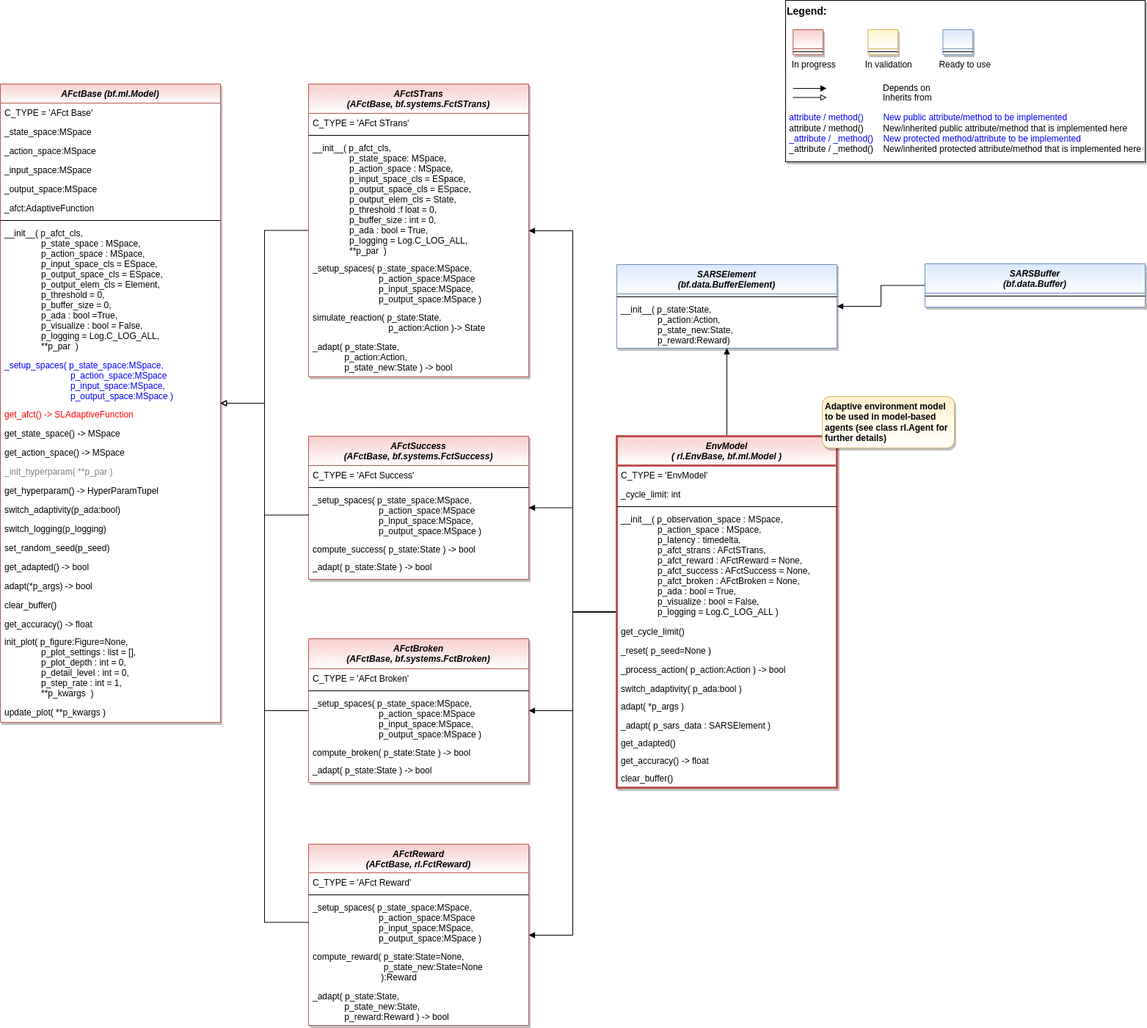
fhswf/MLPro keeps this draw.io diagram as doc/rtd/content/append2/core/images/rl/01_environments/MLPro-RL-Env-Ada_class_diagram.drawio.png. Above is the earlier version. Source tidied: cells renumbered, new cells last; positions are measured from the earlier drawing's top-left corner, leaving out a move shared by most shapes.
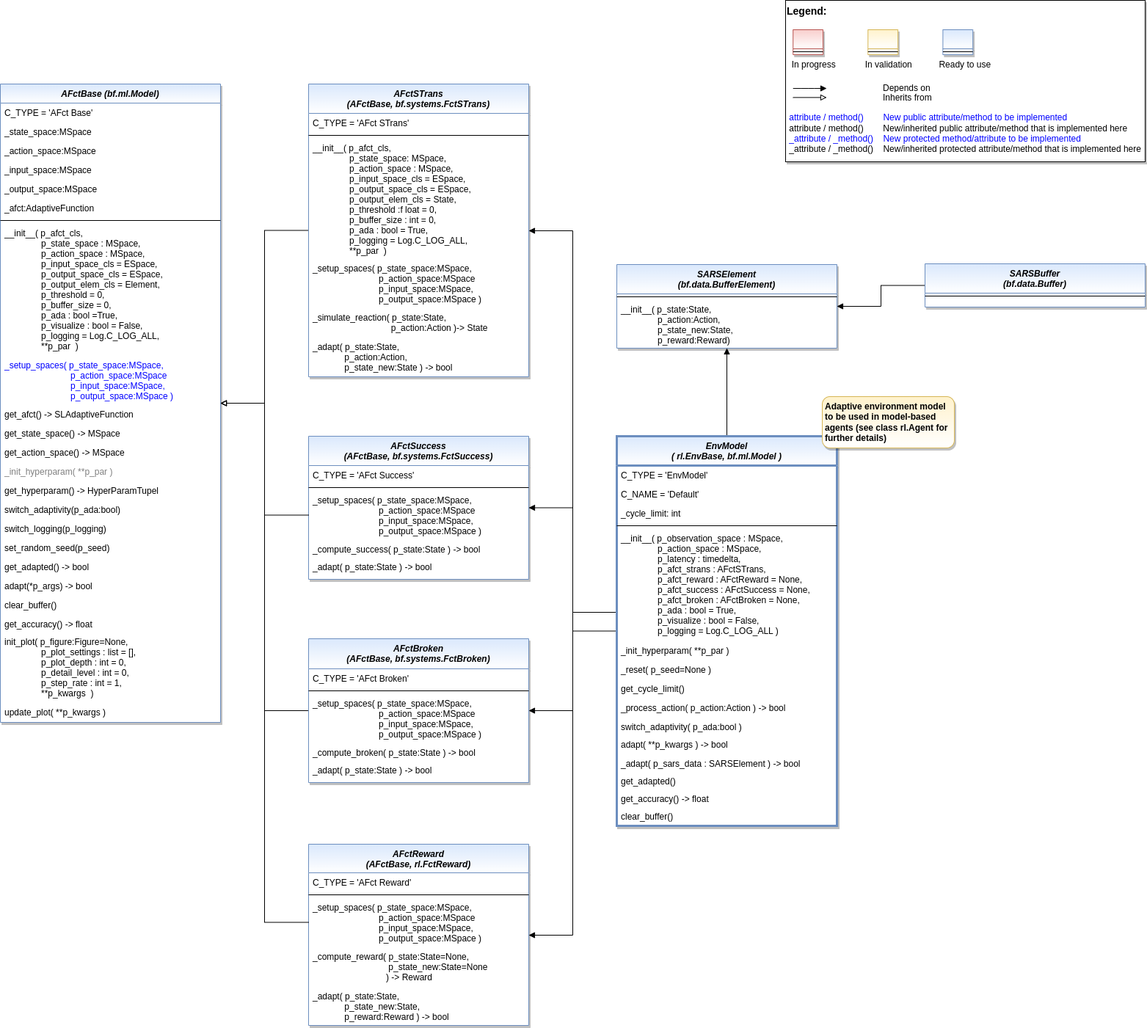
The same diagram one commit later.

Change to the diagram source:
```diff
@@ -2,7 +2,7 @@
   <root>
     <mxCell id="0" />
     <mxCell id="1" parent="0" />
-    <mxCell id="2" value="AFctReward &#10;(AFctBase, rl.FctReward)" style="swimlane;fontStyle=3;align=center;verticalAlign=top;horizontal=1;startSize=39;rounded=0;shadow=1;strokeWidth=1;fillColor=#f8cecc;strokeColor=#b85450;swimlaneFillColor=#ffffff;gradientColor=#FFFFFF;" parent="1" vertex="1">
+    <mxCell id="2" value="AFctReward &#10;(AFctBase, rl.FctReward)" style="swimlane;fontStyle=3;align=center;verticalAlign=top;horizontal=1;startSize=39;rounded=0;shadow=1;strokeWidth=1;fillColor=#dae8fc;strokeColor=#6c8ebf;swimlaneFillColor=#ffffff;gradientColor=#FFFFFF;" parent="1" vertex="1">
       <mxGeometry x="420" y="1150" width="300" height="247" as="geometry" />
     </mxCell>
     <mxCell id="3" value="C_TYPE = 'AFct Reward'" style="text;align=left;verticalAlign=top;spacingLeft=4;spacingRight=4;overflow=hidden;" parent="2" vertex="1">
@@ -14,13 +14,13 @@
     <mxCell id="5" value="_setup_spaces( p_state_space:MSpace,&#10;                           p_action_space:MSpace&#10;                           p_input_space:MSpace,&#10;                           p_output_space:MSpace )" style="text;align=left;verticalAlign=top;spacingLeft=4;spacingRight=4;overflow=hidden;points=[[0,0.5],[1,0.5]];portConstraint=eastwest;" parent="2" vertex="1">
       <mxGeometry y="73" width="300" height="67" as="geometry" />
     </mxCell>
-    <mxCell id="6" value="compute_reward( p_state:State=None,&#10;                             p_state_new:State=None&#10;                            ):Reward" style="text;align=left;verticalAlign=top;spacingLeft=4;spacingRight=4;overflow=hidden;" parent="2" vertex="1">
+    <mxCell id="6" value="_compute_reward( p_state:State=None,&#10;                               p_state_new:State=None&#10;                              ) -&gt; Reward" style="text;align=left;verticalAlign=top;spacingLeft=4;spacingRight=4;overflow=hidden;" parent="2" vertex="1">
       <mxGeometry y="140" width="300" height="54" as="geometry" />
     </mxCell>
     <mxCell id="7" value="_adapt( p_state:State, &#10;             p_state_new:State,&#10;             p_reward:Reward ) -&gt; bool" style="text;align=left;verticalAlign=top;spacingLeft=4;spacingRight=4;overflow=hidden;" parent="2" vertex="1">
       <mxGeometry y="194" width="300" height="53" as="geometry" />
     </mxCell>
-    <mxCell id="8" value="AFctSuccess &#10;(AFctBase, bf.systems.FctSuccess)" style="swimlane;fontStyle=3;align=center;verticalAlign=top;horizontal=1;startSize=40;rounded=0;shadow=1;strokeWidth=1;fillColor=#f8cecc;strokeColor=#b85450;swimlaneFillColor=#ffffff;gradientColor=#FFFFFF;" parent="1" vertex="1">
+    <mxCell id="8" value="AFctSuccess &#10;(AFctBase, bf.systems.FctSuccess)" style="swimlane;fontStyle=3;align=center;verticalAlign=top;horizontal=1;startSize=40;rounded=0;shadow=1;strokeWidth=1;fillColor=#dae8fc;strokeColor=#6c8ebf;swimlaneFillColor=#ffffff;gradientColor=#FFFFFF;" parent="1" vertex="1">
       <mxGeometry x="420" y="594" width="300" height="195" as="geometry" />
     </mxCell>
     <mxCell id="9" value="C_TYPE = 'AFct Success'" style="text;align=left;verticalAlign=top;spacingLeft=4;spacingRight=4;overflow=hidden;" parent="8" vertex="1">
@@ -32,7 +32,7 @@
     <mxCell id="11" value="_setup_spaces( p_state_space:MSpace,&#10;                           p_action_space:MSpace&#10;                           p_input_space:MSpace,&#10;                           p_output_space:MSpace )" style="text;align=left;verticalAlign=top;spacingLeft=4;spacingRight=4;overflow=hidden;points=[[0,0.5],[1,0.5]];portConstraint=eastwest;" parent="8" vertex="1">
       <mxGeometry y="74" width="300" height="67" as="geometry" />
     </mxCell>
-    <mxCell id="12" value="compute_success( p_state:State ) -&gt; bool" style="text;align=left;verticalAlign=top;spacingLeft=4;spacingRight=4;overflow=hidden;" parent="8" vertex="1">
+    <mxCell id="12" value="_compute_success( p_state:State ) -&gt; bool" style="text;align=left;verticalAlign=top;spacingLeft=4;spacingRight=4;overflow=hidden;" parent="8" vertex="1">
       <mxGeometry y="141" width="300" height="24" as="geometry" />
     </mxCell>
     <mxCell id="13" value="_adapt( p_state:State ) -&gt; bool" style="text;align=left;verticalAlign=top;spacingLeft=4;spacingRight=4;overflow=hidden;" parent="8" vertex="1">
@@ -41,7 +41,7 @@
     <mxCell id="14" style="edgeStyle=orthogonalEdgeStyle;rounded=0;jettySize=auto;html=1;endArrow=block;endFill=0;" parent="1" edge="1" source="15" target="29">
       <mxGeometry relative="1" as="geometry" />
     </mxCell>
-    <mxCell id="15" value="AFctBroken &#10;(AFctBase, bf.systems.FctBroken)" style="swimlane;fontStyle=3;align=center;verticalAlign=top;horizontal=1;startSize=41;rounded=0;shadow=1;strokeWidth=1;fillColor=#f8cecc;strokeColor=#b85450;swimlaneFillColor=#ffffff;gradientColor=#FFFFFF;" parent="1" vertex="1">
+    <mxCell id="15" value="AFctBroken &#10;(AFctBase, bf.systems.FctBroken)" style="swimlane;fontStyle=3;align=center;verticalAlign=top;horizontal=1;startSize=41;rounded=0;shadow=1;strokeWidth=1;fillColor=#dae8fc;strokeColor=#6c8ebf;swimlaneFillColor=#ffffff;gradientColor=#FFFFFF;" parent="1" vertex="1">
       <mxGeometry x="420" y="870" width="300" height="196" as="geometry" />
     </mxCell>
     <mxCell id="16" value="C_TYPE = 'AFct Broken'" style="text;align=left;verticalAlign=top;spacingLeft=4;spacingRight=4;overflow=hidden;" parent="15" vertex="1">
@@ -53,7 +53,7 @@
     <mxCell id="18" value="_setup_spaces( p_state_space:MSpace,&#10;                           p_action_space:MSpace&#10;                           p_input_space:MSpace,&#10;                           p_output_space:MSpace )" style="text;align=left;verticalAlign=top;spacingLeft=4;spacingRight=4;overflow=hidden;" parent="15" vertex="1">
       <mxGeometry y="75" width="300" height="67" as="geometry" />
     </mxCell>
-    <mxCell id="19" value="compute_broken( p_state:State ) -&gt; bool" style="text;align=left;verticalAlign=top;spacingLeft=4;spacingRight=4;overflow=hidden;" parent="15" vertex="1">
+    <mxCell id="19" value="_compute_broken( p_state:State ) -&gt; bool" style="text;align=left;verticalAlign=top;spacingLeft=4;spacingRight=4;overflow=hidden;" parent="15" vertex="1">
       <mxGeometry y="142" width="300" height="24" as="geometry" />
     </mxCell>
     <mxCell id="20" value="_adapt( p_state:State ) -&gt; bool" style="text;align=left;verticalAlign=top;spacingLeft=4;spacingRight=4;overflow=hidden;" parent="15" vertex="1">
@@ -62,7 +62,7 @@
     <mxCell id="21" style="edgeStyle=orthogonalEdgeStyle;rounded=0;jettySize=auto;html=1;endArrow=block;endFill=0;" parent="1" edge="1" source="22" target="29">
       <mxGeometry relative="1" as="geometry" />
     </mxCell>
-    <mxCell id="22" value="AFctSTrans &#10;(AFctBase, bf.systems.FctSTrans)" style="swimlane;fontStyle=3;align=center;verticalAlign=top;horizontal=1;startSize=40;rounded=0;shadow=1;strokeWidth=1;fillColor=#f8cecc;strokeColor=#b85450;swimlaneFillColor=#ffffff;gradientColor=#FFFFFF;" parent="1" vertex="1">
+    <mxCell id="22" value="AFctSTrans &#10;(AFctBase, bf.systems.FctSTrans)" style="swimlane;fontStyle=3;align=center;verticalAlign=top;horizontal=1;startSize=40;rounded=0;shadow=1;strokeWidth=1;fillColor=#dae8fc;strokeColor=#6c8ebf;swimlaneFillColor=#ffffff;gradientColor=#FFFFFF;" parent="1" vertex="1">
       <mxGeometry x="420" y="114" width="300" height="399" as="geometry" />
     </mxCell>
     <mxCell id="23" value="C_TYPE = 'AFct STrans'" style="text;align=left;verticalAlign=top;spacingLeft=4;spacingRight=4;overflow=hidden;" parent="22" vertex="1">
@@ -77,13 +77,13 @@
     <mxCell id="26" value="_setup_spaces( p_state_space:MSpace,&#10;                           p_action_space:MSpace&#10;                           p_input_space:MSpace,&#10;                           p_output_space:MSpace )" style="text;align=left;verticalAlign=top;spacingLeft=4;spacingRight=4;overflow=hidden;" parent="22" vertex="1">
       <mxGeometry y="238" width="300" height="67" as="geometry" />
     </mxCell>
-    <mxCell id="27" value="simulate_reaction( p_state:State, &#10;                               p_action:Action )-&gt; State" style="text;align=left;verticalAlign=top;spacingLeft=4;spacingRight=4;overflow=hidden;" parent="22" vertex="1">
+    <mxCell id="27" value="_simulate_reaction( p_state:State, &#10;                                p_action:Action )-&gt; State" style="text;align=left;verticalAlign=top;spacingLeft=4;spacingRight=4;overflow=hidden;" parent="22" vertex="1">
       <mxGeometry y="305" width="300" height="40" as="geometry" />
     </mxCell>
     <mxCell id="28" value="_adapt( p_state:State, &#10;             p_action:Action,&#10;             p_state_new:State ) -&gt; bool" style="text;align=left;verticalAlign=top;spacingLeft=4;spacingRight=4;overflow=hidden;" parent="22" vertex="1">
       <mxGeometry y="345" width="300" height="54" as="geometry" />
     </mxCell>
-    <mxCell id="29" value="AFctBase (bf.ml.Model)" style="swimlane;fontStyle=3;align=center;verticalAlign=top;horizontal=1;startSize=26;rounded=0;shadow=1;strokeWidth=1;fillColor=#f8cecc;strokeColor=#b85450;swimlaneFillColor=#ffffff;gradientColor=#FFFFFF;" parent="1" vertex="1">
+    <mxCell id="29" value="AFctBase (bf.ml.Model)" style="swimlane;fontStyle=3;align=center;verticalAlign=top;horizontal=1;startSize=26;rounded=0;shadow=1;strokeWidth=1;fillColor=#dae8fc;strokeColor=#6c8ebf;swimlaneFillColor=#ffffff;gradientColor=#FFFFFF;" parent="1" vertex="1">
       <mxGeometry y="114" width="300" height="870" as="geometry" />
     </mxCell>
     <mxCell id="30" value="C_TYPE = 'AFct Base'" style="text;align=left;verticalAlign=top;spacingLeft=4;spacingRight=4;overflow=hidden;" parent="29" vertex="1">
@@ -113,7 +113,7 @@
     <mxCell id="38" value="_setup_spaces( p_state_space:MSpace,&#10;                           p_action_space:MSpace&#10;                           p_input_space:MSpace,&#10;                           p_output_space:MSpace )" style="text;align=left;verticalAlign=top;spacingLeft=4;spacingRight=4;overflow=hidden;fontColor=#0000FF;" parent="29" vertex="1">
       <mxGeometry y="370" width="300" height="67" as="geometry" />
     </mxCell>
-    <mxCell id="39" value="get_afct() -&gt; SLAdaptiveFunction" style="text;align=left;verticalAlign=top;spacingLeft=4;spacingRight=4;overflow=hidden;fontColor=#FF0000;" parent="29" vertex="1">
+    <mxCell id="39" value="get_afct() -&gt; SLAdaptiveFunction" style="text;align=left;verticalAlign=top;spacingLeft=4;spacingRight=4;overflow=hidden;fontColor=default;" parent="29" vertex="1">
       <mxGeometry y="437" width="300" height="26" as="geometry" />
     </mxCell>
     <mxCell id="40" value="get_state_space() -&gt; MSpace" style="text;align=left;verticalAlign=top;spacingLeft=4;spacingRight=4;overflow=hidden;" parent="29" vertex="1">
@@ -249,47 +249,53 @@
         </Array>
       </mxGeometry>
     </mxCell>
-    <mxCell id="74" value="EnvModel &#10;( rl.EnvBase, bf.ml.Model )" style="swimlane;fontStyle=3;align=center;verticalAlign=top;horizontal=1;startSize=40;rounded=0;shadow=1;strokeWidth=3;fillColor=#f8cecc;strokeColor=#b85450;swimlaneFillColor=#ffffff;gradientColor=#FFFFFF;" parent="1" vertex="1">
-      <mxGeometry x="840" y="594" width="300" height="479" as="geometry" />
+    <mxCell id="74" value="EnvModel &#10;( rl.EnvBase, bf.ml.Model )" style="swimlane;fontStyle=3;align=center;verticalAlign=top;horizontal=1;startSize=40;rounded=0;shadow=1;strokeWidth=3;fillColor=#dae8fc;strokeColor=#6c8ebf;swimlaneFillColor=#ffffff;gradientColor=#FFFFFF;" parent="1" vertex="1">
+      <mxGeometry x="840" y="594" width="300" height="531" as="geometry" />
     </mxCell>
     <mxCell id="75" value="C_TYPE = 'EnvModel'" style="text;align=left;verticalAlign=top;spacingLeft=4;spacingRight=4;overflow=hidden;" parent="74" vertex="1">
       <mxGeometry y="40" width="300" height="26" as="geometry" />
     </mxCell>
+    <mxCell id="91" value="C_NAME = 'Default'" style="text;align=left;verticalAlign=top;spacingLeft=4;spacingRight=4;overflow=hidden;" parent="74" vertex="1">
+      <mxGeometry y="66" width="300" height="26" as="geometry" />
+    </mxCell>
     <mxCell id="76" value="_cycle_limit: int" style="text;align=left;verticalAlign=top;spacingLeft=4;spacingRight=4;overflow=hidden;" parent="74" vertex="1">
-      <mxGeometry y="66" width="300" height="26" as="geometry" />
+      <mxGeometry y="92" width="300" height="26" as="geometry" />
     </mxCell>
     <mxCell id="77" style="line;html=1;strokeWidth=1;align=left;verticalAlign=middle;spacingTop=-1;spacingLeft=3;spacingRight=3;labelPosition=right;" parent="74" vertex="1">
-      <mxGeometry y="92" width="300" height="8" as="geometry" />
+      <mxGeometry y="118" width="300" height="8" as="geometry" />
     </mxCell>
     <mxCell id="78" value="__init__( p_observation_space : MSpace,&#10;               p_action_space : MSpace,&#10;               p_latency : timedelta,&#10;               p_afct_strans : AFctSTrans,&#10;               p_afct_reward : AFctReward = None,&#10;               p_afct_success : AFctSuccess = None,&#10;               p_afct_broken : AFctBroken = None,&#10;               p_ada : bool = True, &#10;               p_visualize : bool = False,&#10;               p_logging = Log.C_LOG_ALL )" style="text;align=left;verticalAlign=top;spacingLeft=4;spacingRight=4;overflow=hidden;" parent="74" vertex="1">
-      <mxGeometry y="100" width="300" height="153" as="geometry" />
+      <mxGeometry y="126" width="300" height="153" as="geometry" />
     </mxCell>
+    <mxCell id="92" value="_init_hyperparam( **p_par )" style="text;align=left;verticalAlign=top;spacingLeft=4;spacingRight=4;overflow=hidden;" parent="74" vertex="1">
+      <mxGeometry y="279" width="300" height="26" as="geometry" />
+    </mxCell>
+    <mxCell id="80" value="_reset( p_seed=None )" style="text;align=left;verticalAlign=top;spacingLeft=4;spacingRight=4;overflow=hidden;" parent="74" vertex="1">
+      <mxGeometry y="305" width="300" height="26" as="geometry" />
+    </mxCell>
     <mxCell id="79" value="get_cycle_limit()" style="text;align=left;verticalAlign=top;spacingLeft=4;spacingRight=4;overflow=hidden;" parent="74" vertex="1">
-      <mxGeometry y="253" width="300" height="26" as="geometry" />
+      <mxGeometry y="331" width="300" height="26" as="geometry" />
     </mxCell>
-    <mxCell id="80" value="_reset( p_seed=None )" style="text;align=left;verticalAlign=top;spacingLeft=4;spacingRight=4;overflow=hidden;" parent="74" vertex="1">
-      <mxGeometry y="279" width="300" height="26" as="geometry" />
-    </mxCell>
     <mxCell id="81" value="_process_action( p_action:Action ) -&gt; bool" style="text;align=left;verticalAlign=top;spacingLeft=4;spacingRight=4;overflow=hidden;" parent="74" vertex="1">
-      <mxGeometry y="305" width="300" height="26" as="geometry" />
+      <mxGeometry y="357" width="300" height="26" as="geometry" />
     </mxCell>
     <mxCell id="82" value="switch_adaptivity( p_ada:bool )" style="text;align=left;verticalAlign=top;spacingLeft=4;spacingRight=4;overflow=hidden;" parent="74" vertex="1">
-      <mxGeometry y="331" width="300" height="24" as="geometry" />
+      <mxGeometry y="383" width="300" height="24" as="geometry" />
     </mxCell>
-    <mxCell id="83" value="adapt( *p_args )" style="text;align=left;verticalAlign=top;spacingLeft=4;spacingRight=4;overflow=hidden;" parent="74" vertex="1">
-      <mxGeometry y="355" width="300" height="26" as="geometry" />
+    <mxCell id="83" value="adapt( **p_kwargs ) -&gt; bool" style="text;align=left;verticalAlign=top;spacingLeft=4;spacingRight=4;overflow=hidden;" parent="74" vertex="1">
+      <mxGeometry y="407" width="300" height="26" as="geometry" />
     </mxCell>
-    <mxCell id="84" value="_adapt( p_sars_data : SARSElement )" style="text;align=left;verticalAlign=top;spacingLeft=4;spacingRight=4;overflow=hidden;" parent="74" vertex="1">
-      <mxGeometry y="381" width="300" height="24" as="geometry" />
+    <mxCell id="84" value="_adapt( p_sars_data : SARSElement ) -&gt; bool" style="text;align=left;verticalAlign=top;spacingLeft=4;spacingRight=4;overflow=hidden;" parent="74" vertex="1">
+      <mxGeometry y="433" width="300" height="24" as="geometry" />
     </mxCell>
     <mxCell id="85" value="get_adapted()" style="text;align=left;verticalAlign=top;spacingLeft=4;spacingRight=4;overflow=hidden;" parent="74" vertex="1">
-      <mxGeometry y="405" width="300" height="24" as="geometry" />
+      <mxGeometry y="457" width="300" height="24" as="geometry" />
     </mxCell>
     <mxCell id="86" value="get_accuracy() -&gt; float" style="text;align=left;verticalAlign=top;spacingLeft=4;spacingRight=4;overflow=hidden;" parent="74" vertex="1">
-      <mxGeometry y="429" width="300" height="24" as="geometry" />
+      <mxGeometry y="481" width="300" height="24" as="geometry" />
     </mxCell>
     <mxCell id="87" value="clear_buffer()" style="text;align=left;verticalAlign=top;spacingLeft=4;spacingRight=4;overflow=hidden;" parent="74" vertex="1">
-      <mxGeometry y="453" width="300" height="26" as="geometry" />
+      <mxGeometry y="505" width="300" height="26" as="geometry" />
     </mxCell>
     <mxCell id="88" value="Adaptive environment model to be used in model-based agents (see class rl.Agent for further details)" style="rounded=1;whiteSpace=wrap;html=1;fillColor=#fff2cc;strokeColor=#d6b656;gradientColor=#FFFFFF;shadow=1;align=left;spacingLeft=2;fontStyle=1;" parent="1" vertex="1">
       <mxGeometry x="1120" y="540" width="180" height="70" as="geometry" />
```
